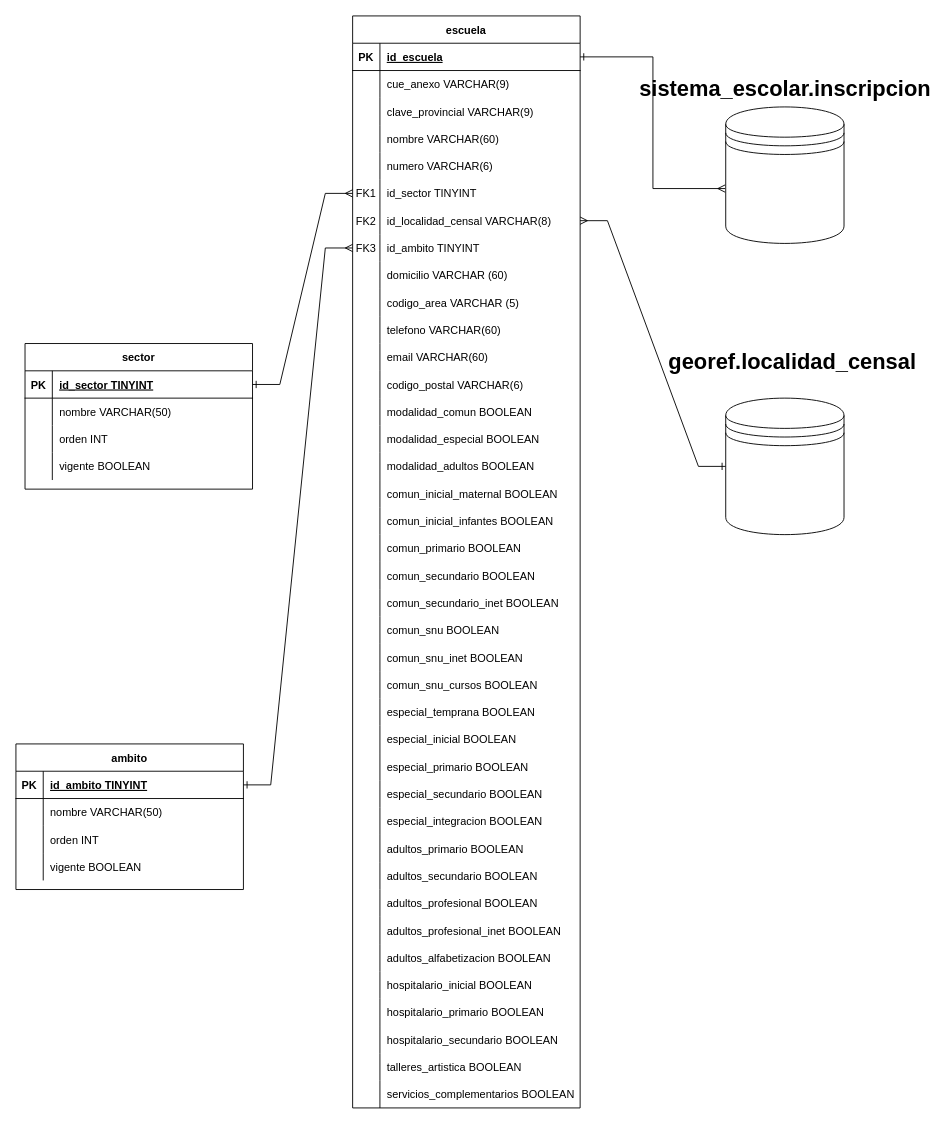
Above: establecimientos_educativos.drawio in Alexmdq80/SistemaGestionEscolar (draw.io), before the change. Source tidied: cells renumbered, new cells numbered last; positions are measured from the earlier drawing's top-left corner, leaving out a move shared by most shapes. Both pictures are drawn from the tidied source at 91%, with x=0, y=0 at pixel (15, 15).
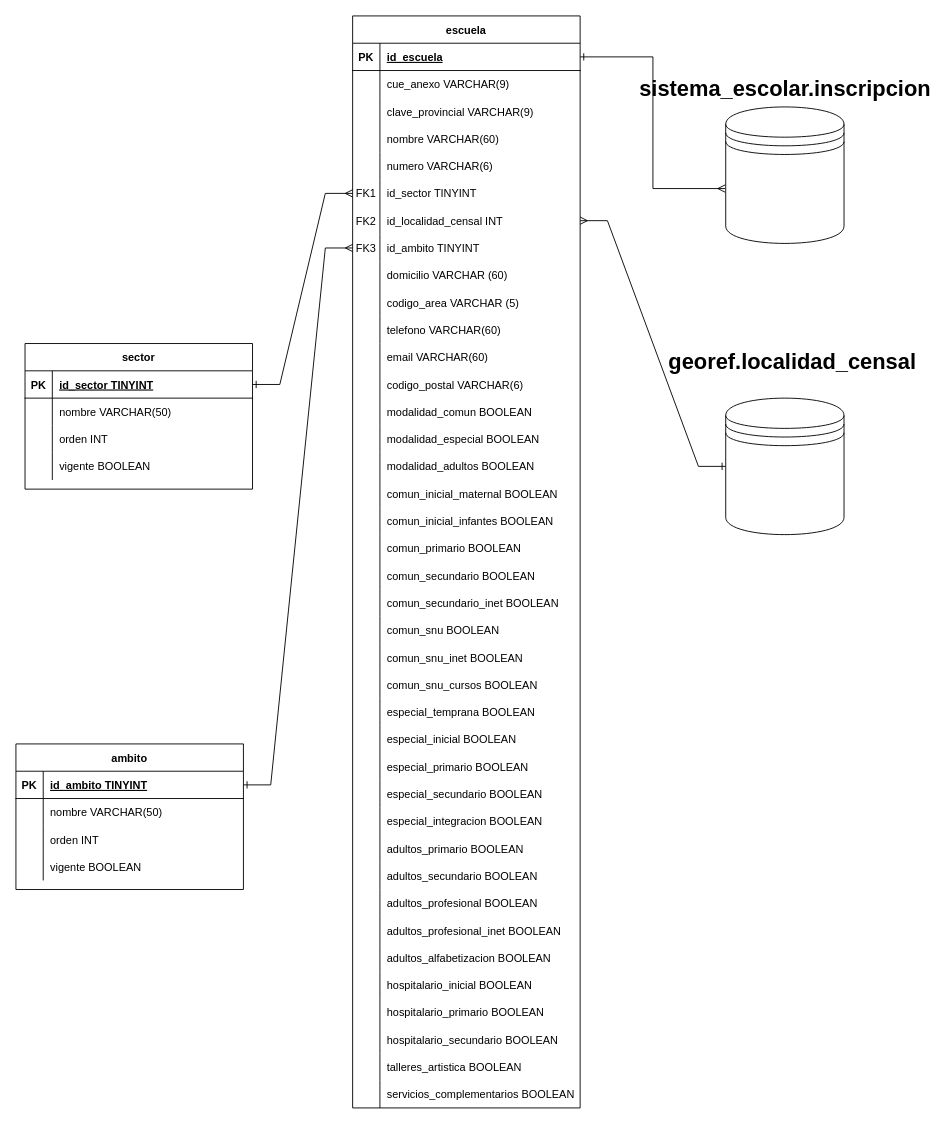
The same page after the edit.

Unchanged cells that the change refers to:
```xml
<mxCell id="55" style="shape=partialRectangle;fillColor=none;points=[[0,0.5],[1,0.5]];portConstraint=eastwest;top=0;left=0;right=0;bottom=0;" parent="36" vertex="1">
  <mxGeometry y="210" width="250" height="30" as="geometry" />
</mxCell>
```

The edit, as a diff of the source:
```diff
@@
-    <mxCell id="57" value="id_localidad_censal VARCHAR(8)" style="shape=partialRectangle;overflow=hidden;fillColor=none;top=0;left=0;bottom=0;right=0;align=left;spacingLeft=6;" parent="55" vertex="1">
+    <mxCell id="57" value="id_localidad_censal INT" style="shape=partialRectangle;overflow=hidden;fillColor=none;top=0;left=0;bottom=0;right=0;align=left;spacingLeft=6;" parent="55" vertex="1">
       <mxGeometry x="30" width="220" height="30" as="geometry" />
     </mxCell>
```
